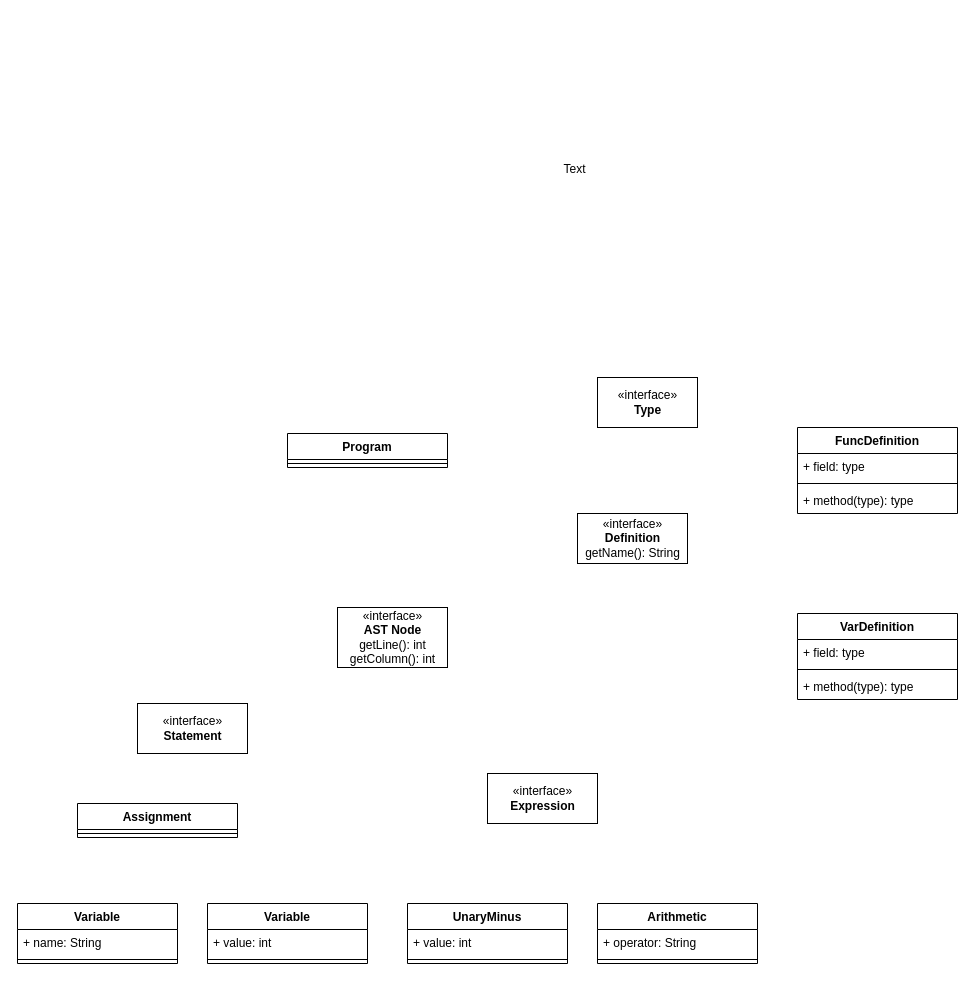
Before: page "init" (6 of 6) of Lab1/ClassDiagram.drawio in themrcesi/C--Compiler, a draw.io diagram. Source tidied: cells renumbered, new cells numbered last; positions are measured from the earlier drawing's top-left corner, leaving out a move shared by most shapes. Both pictures are drawn from the tidied source at 100%, with x=0, y=0 at pixel (17, 159).
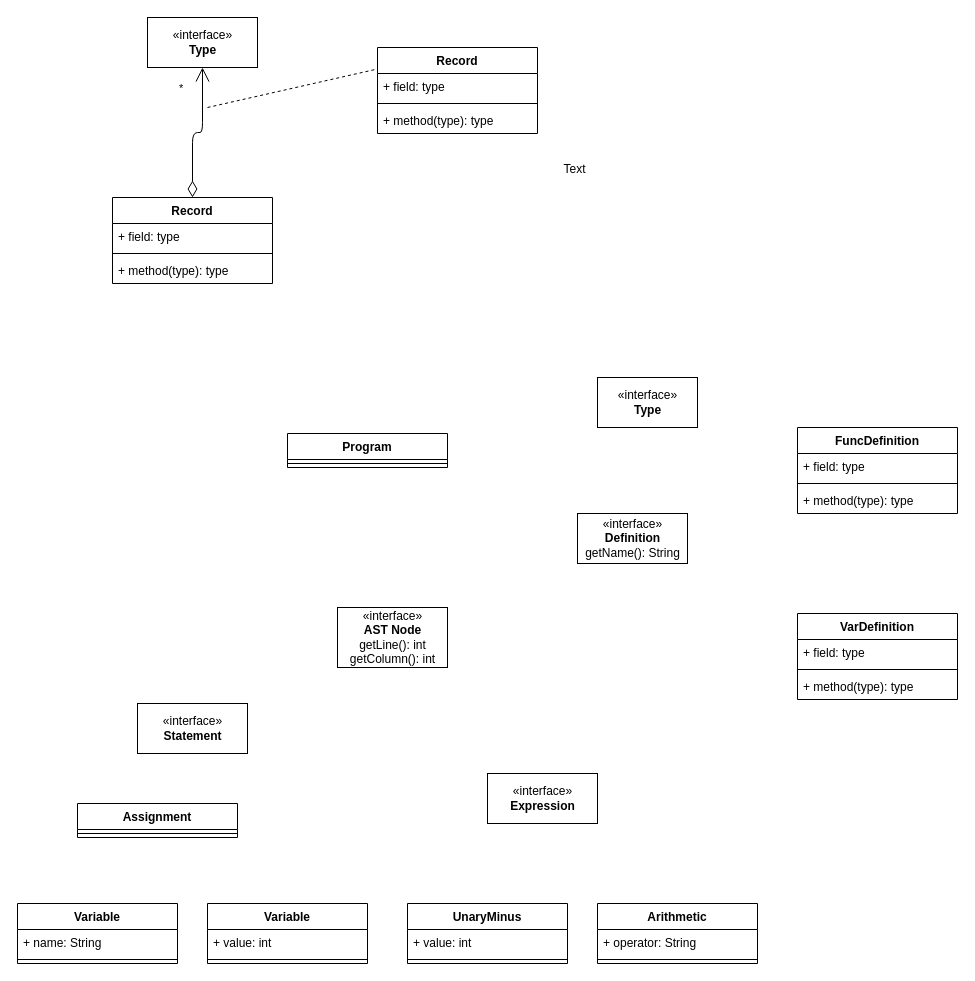
After the change.

The edit, as a diff of the source:
```diff
@@
+    <mxCell id="32" value="Record" style="swimlane;fontStyle=1;align=center;verticalAlign=top;horizontal=1;startSize=26;" parent="1" vertex="1">
+      <mxGeometry x="95" y="38" width="160" height="86" as="geometry" />
+    </mxCell>
+    <mxCell id="33" value="+ field: type" style="text;strokeColor=none;fillColor=none;align=left;verticalAlign=top;spacingLeft=4;spacingRight=4;overflow=hidden;" parent="32" vertex="1">
+      <mxGeometry y="26" width="160" height="26" as="geometry" />
+    </mxCell>
+    <mxCell id="34" style="line;strokeWidth=1;fillColor=none;align=left;verticalAlign=middle;spacingTop=-1;spacingLeft=3;spacingRight=3;labelPosition=right;" parent="32" vertex="1">
+      <mxGeometry y="52" width="160" height="8" as="geometry" />
+    </mxCell>
+    <mxCell id="35" value="+ method(type): type" style="text;strokeColor=none;fillColor=none;align=left;verticalAlign=top;spacingLeft=4;spacingRight=4;overflow=hidden;" parent="32" vertex="1">
+      <mxGeometry y="60" width="160" height="26" as="geometry" />
+    </mxCell>
+    <mxCell id="36" value="Record" style="swimlane;fontStyle=1;align=center;verticalAlign=top;horizontal=1;startSize=26;" parent="1" vertex="1">
+      <mxGeometry x="360" y="-112" width="160" height="86" as="geometry" />
+    </mxCell>
+    <mxCell id="37" value="+ field: type" style="text;strokeColor=none;fillColor=none;align=left;verticalAlign=top;spacingLeft=4;spacingRight=4;overflow=hidden;" parent="36" vertex="1">
+      <mxGeometry y="26" width="160" height="26" as="geometry" />
+    </mxCell>
+    <mxCell id="38" style="line;strokeWidth=1;fillColor=none;align=left;verticalAlign=middle;spacingTop=-1;spacingLeft=3;spacingRight=3;labelPosition=right;" parent="36" vertex="1">
+      <mxGeometry y="52" width="160" height="8" as="geometry" />
+    </mxCell>
+    <mxCell id="39" value="+ method(type): type" style="text;strokeColor=none;fillColor=none;align=left;verticalAlign=top;spacingLeft=4;spacingRight=4;overflow=hidden;" parent="36" vertex="1">
+      <mxGeometry y="60" width="160" height="26" as="geometry" />
+    </mxCell>
+    <mxCell id="40" value="«interface»&lt;br&gt;&lt;b&gt;Type&lt;/b&gt;" style="html=1;" parent="1" vertex="1">
+      <mxGeometry x="130" y="-142" width="110" height="50" as="geometry" />
+    </mxCell>
+    <mxCell id="41" value="*" style="endArrow=open;html=1;endSize=12;startArrow=diamondThin;startSize=14;startFill=0;edgeStyle=orthogonalEdgeStyle;align=left;verticalAlign=bottom;" parent="1" edge="1" source="32" target="40">
+      <mxGeometry x="0.57" y="25" relative="1" as="geometry" />
+    </mxCell>
+    <mxCell id="42" style="endArrow=none;dashed=1;html=1;entryX=0;entryY=0.25;entryDx=0;entryDy=0;" parent="1" edge="1" target="36">
+      <mxGeometry relative="1" as="geometry">
+        <mxPoint x="190" y="-52" as="sourcePoint" />
+      </mxGeometry>
+    </mxCell>
```
